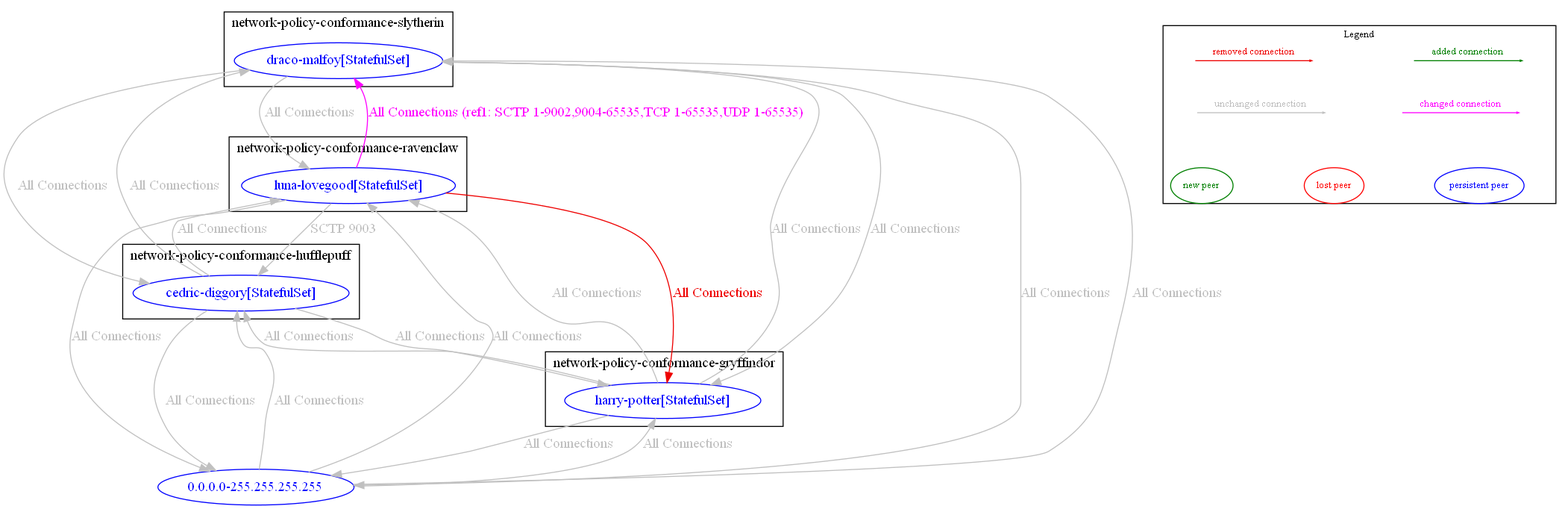
Earlier version of the Graphviz export test_outputs/diff/diff_between_anp_test_12_swapping_rules_and_anp_test_12.dot.png (np-guard/netpol-analyzer). Its source is kept beside it as test_outputs/diff/diff_between_anp_test_12_swapping_rules_and_anp_test_12.dot.
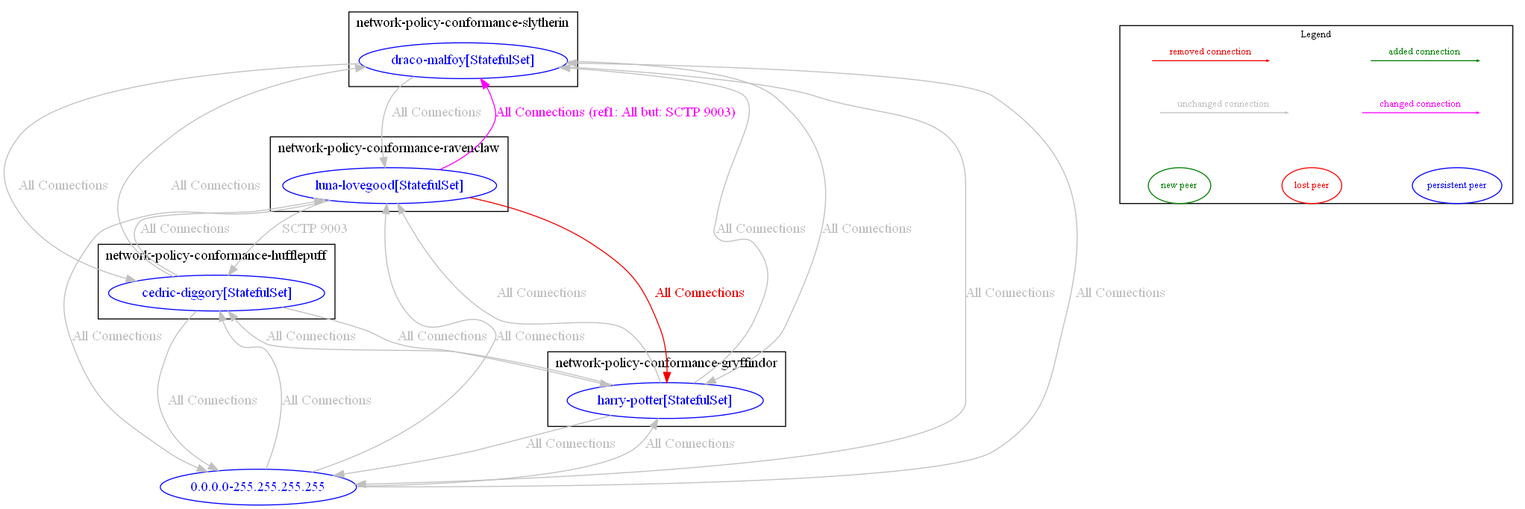
The same diagram one commit later.

Change to the diagram source:
```diff
@@ -31,7 +31,7 @@
 	"network-policy-conformance-ravenclaw/luna-lovegood[StatefulSet]" -> "0.0.0.0-255.255.255.255" [label="All Connections" color="grey" fontcolor="grey" weight=1]
 	"network-policy-conformance-ravenclaw/luna-lovegood[StatefulSet]" -> "network-policy-conformance-gryffindor/harry-potter[StatefulSet]" [label="All Connections" color="red2" fontcolor="red2" weight=1]
 	"network-policy-conformance-ravenclaw/luna-lovegood[StatefulSet]" -> "network-policy-conformance-hufflepuff/cedric-diggory[StatefulSet]" [label="SCTP 9003" color="grey" fontcolor="grey" weight=1]
-	"network-policy-conformance-ravenclaw/luna-lovegood[StatefulSet]" -> "network-policy-conformance-slytherin/draco-malfoy[StatefulSet]" [label="All Connections (ref1: SCTP 1-9002,9004-65535,TCP 1-65535,UDP 1-65535)" color="magenta" fontcolor="magenta" weight=0.5]
+	"network-policy-conformance-ravenclaw/luna-lovegood[StatefulSet]" -> "network-policy-conformance-slytherin/draco-malfoy[StatefulSet]" [label="All Connections (ref1: All but: SCTP 9003)" color="magenta" fontcolor="magenta" weight=0.5]
 	"network-policy-conformance-slytherin/draco-malfoy[StatefulSet]" -> "0.0.0.0-255.255.255.255" [label="All Connections" color="grey" fontcolor="grey" weight=1]
 	"network-policy-conformance-slytherin/draco-malfoy[StatefulSet]" -> "network-policy-conformance-gryffindor/harry-potter[StatefulSet]" [label="All Connections" color="grey" fontcolor="grey" weight=1]
 	"network-policy-conformance-slytherin/draco-malfoy[StatefulSet]" -> "network-policy-conformance-hufflepuff/cedric-diggory[StatefulSet]" [label="All Connections" color="grey" fontcolor="grey" weight=1]
```
